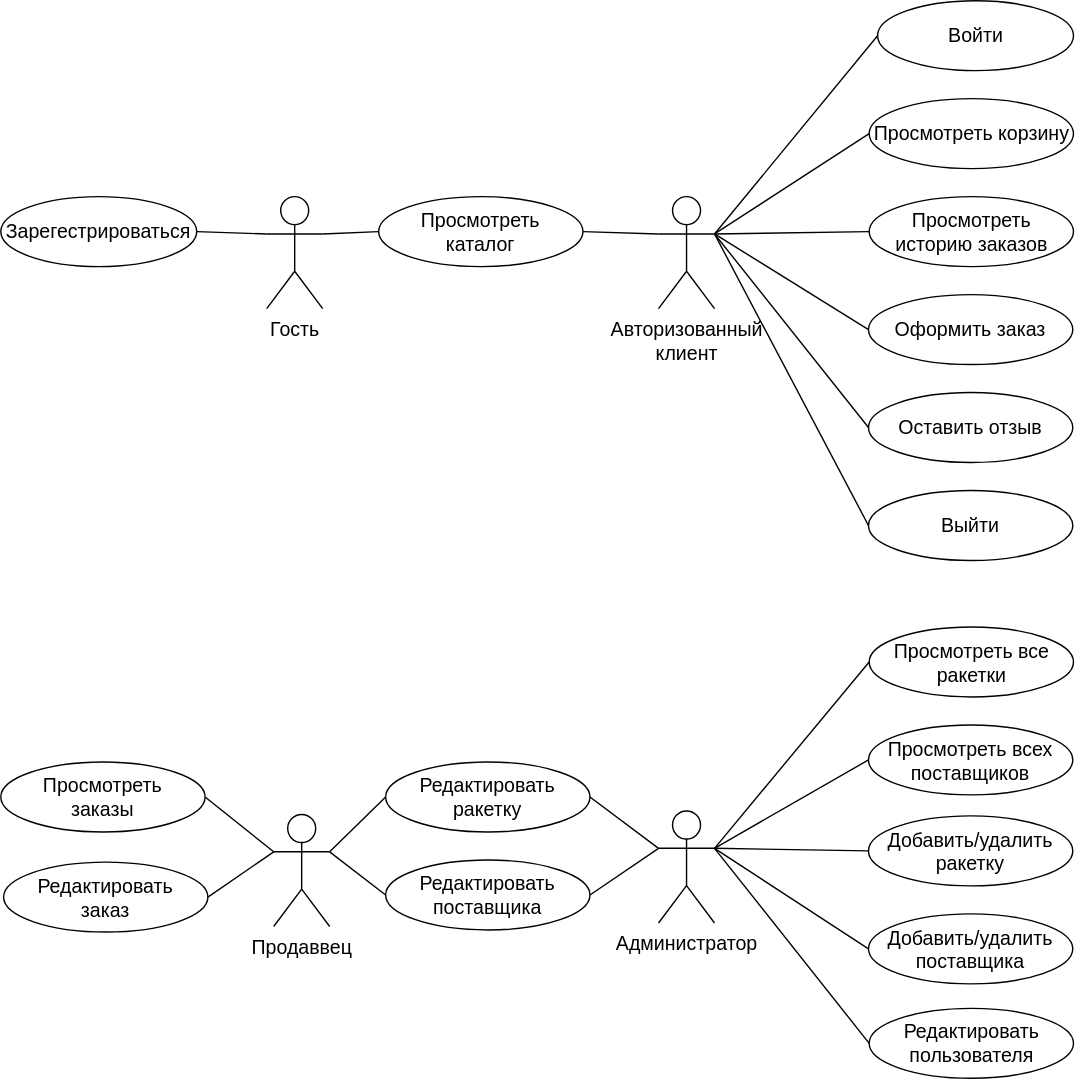
Earlier version of the draw.io export schemes/svg/use-case.svg (mshsvnv/SoftwareDesign). Source tidied: cells renumbered, new cells last; positions are measured from the earlier drawing's top-left corner, leaving out a move shared by most shapes.
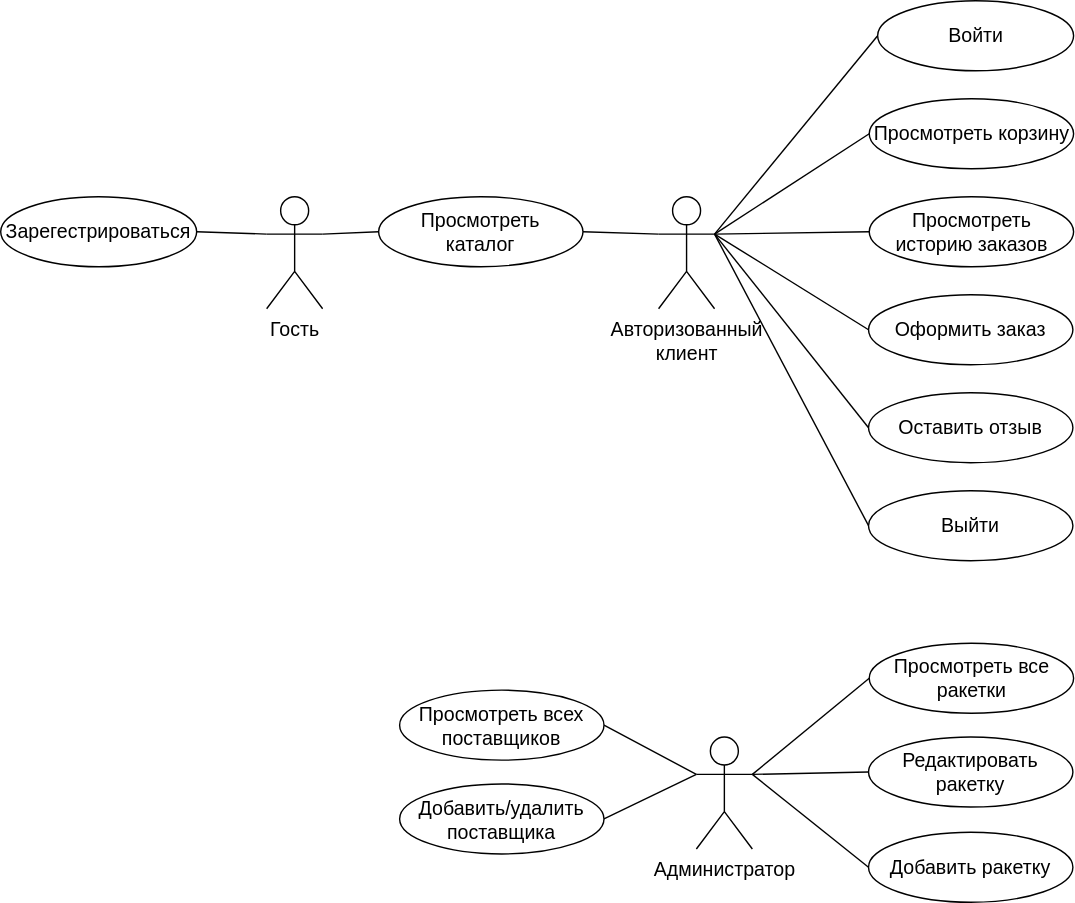
Later version of the same file.

The edit, as a diff of the source:
```diff
@@ -2,29 +2,26 @@
   <root>
     <mxCell id="0" />
     <mxCell id="1" parent="0" />
-    <mxCell id="2" style="rounded=0;jettySize=auto;html=1;exitX=1;exitY=0.3333333333333333;exitDx=0;exitDy=0;exitPerimeter=0;entryX=0;entryY=0.5;entryDx=0;entryDy=0;endArrow=none;endFill=0;" parent="1" edge="1" source="6" target="9">
-      <mxGeometry relative="1" as="geometry" />
-    </mxCell>
-    <mxCell id="3" style="edgeStyle=none;rounded=0;jettySize=auto;html=1;exitX=1;exitY=0.3333333333333333;exitDx=0;exitDy=0;exitPerimeter=0;entryX=0;entryY=0.5;entryDx=0;entryDy=0;strokeColor=default;align=center;verticalAlign=middle;fontFamily=Helvetica;fontSize=14;fontColor=default;labelBackgroundColor=default;endArrow=none;endFill=0;" parent="1" edge="1" source="6" target="36">
+    <mxCell id="3" style="edgeStyle=none;rounded=0;jettySize=auto;html=1;entryX=1;entryY=0.5;entryDx=0;entryDy=0;strokeColor=default;align=center;verticalAlign=middle;fontFamily=Helvetica;fontSize=14;fontColor=default;labelBackgroundColor=default;endArrow=none;endFill=0;exitX=0;exitY=0.3333333333333333;exitDx=0;exitDy=0;exitPerimeter=0;" parent="1" edge="1" source="6" target="36">
       <mxGeometry relative="1" as="geometry" />
     </mxCell>
     <mxCell id="4" style="edgeStyle=none;rounded=0;jettySize=auto;html=1;exitX=1;exitY=0.3333333333333333;exitDx=0;exitDy=0;exitPerimeter=0;entryX=0;entryY=0.5;entryDx=0;entryDy=0;strokeColor=default;align=center;verticalAlign=middle;fontFamily=Helvetica;fontSize=14;fontColor=default;labelBackgroundColor=default;endArrow=none;endFill=0;" parent="1" edge="1" source="6" target="35">
       <mxGeometry relative="1" as="geometry" />
     </mxCell>
-    <mxCell id="5" style="edgeStyle=none;rounded=0;jettySize=auto;html=1;exitX=1;exitY=0.3333333333333333;exitDx=0;exitDy=0;exitPerimeter=0;entryX=0;entryY=0.5;entryDx=0;entryDy=0;strokeColor=default;align=center;verticalAlign=middle;fontFamily=Helvetica;fontSize=14;fontColor=default;labelBackgroundColor=default;endArrow=none;endFill=0;" parent="1" edge="1" source="6" target="42">
-      <mxGeometry relative="1" as="geometry" />
-    </mxCell>
+    <mxCell id="2" style="rounded=0;jettySize=auto;html=1;exitX=0;exitY=0.3333333333333333;exitDx=0;exitDy=0;exitPerimeter=0;entryX=1;entryY=0.5;entryDx=0;entryDy=0;endArrow=none;endFill=0;" parent="1" edge="1" source="6" target="9">
+      <mxGeometry relative="1" as="geometry" />
+    </mxCell>
     <mxCell id="6" value="Администратор" style="shape=umlActor;verticalLabelPosition=bottom;verticalAlign=top;html=1;outlineConnect=0;fontSize=14;" parent="1" vertex="1">
-      <mxGeometry x="470" y="579" width="40" height="80" as="geometry" />
+      <mxGeometry x="497" y="526" width="40" height="80" as="geometry" />
     </mxCell>
     <mxCell id="7" style="edgeStyle=none;shape=connector;rounded=0;jettySize=auto;html=1;exitX=1;exitY=0.3333333333333333;exitDx=0;exitDy=0;exitPerimeter=0;entryX=0;entryY=0.5;entryDx=0;entryDy=0;labelBackgroundColor=default;strokeColor=default;align=center;verticalAlign=middle;fontFamily=Helvetica;fontSize=14;fontColor=default;endArrow=none;endFill=0;" parent="1" edge="1" source="6" target="8">
       <mxGeometry relative="1" as="geometry" />
     </mxCell>
-    <mxCell id="8" value="Добавить/удалить&lt;br style=&quot;border-color: var(--border-color);&quot;&gt;ракетку" style="ellipse;whiteSpace=wrap;html=1;flipV=0;flipH=0;fontSize=14;" parent="1" vertex="1">
-      <mxGeometry x="620" y="582.5" width="146" height="50" as="geometry" />
+    <mxCell id="8" value="Добавить ракетку" style="ellipse;whiteSpace=wrap;html=1;flipV=0;flipH=0;fontSize=14;" parent="1" vertex="1">
+      <mxGeometry x="620" y="594" width="146" height="50" as="geometry" />
     </mxCell>
     <mxCell id="9" value="Добавить/удалить&lt;br style=&quot;border-color: var(--border-color);&quot;&gt;поставщика" style="ellipse;whiteSpace=wrap;html=1;flipV=0;flipH=0;fontSize=14;" parent="1" vertex="1">
-      <mxGeometry x="620" y="652.5" width="146" height="50" as="geometry" />
+      <mxGeometry x="285" y="559.5" width="146" height="50" as="geometry" />
     </mxCell>
     <mxCell id="10" value="Гость" style="shape=umlActor;verticalLabelPosition=bottom;verticalAlign=top;html=1;outlineConnect=0;flipV=0;flipH=0;fontSize=14;" parent="1" vertex="1">
       <mxGeometry x="190" y="140" width="40" height="80" as="geometry" />
@@ -87,46 +84,16 @@
       <mxGeometry relative="1" as="geometry" />
     </mxCell>
     <mxCell id="30" value="Редактировать&lt;br style=&quot;font-size: 14px;&quot;&gt;ракетку" style="ellipse;whiteSpace=wrap;html=1;fontSize=14;" parent="1" vertex="1">
-      <mxGeometry x="275" y="544" width="146" height="50" as="geometry" />
+      <mxGeometry x="620" y="526" width="146" height="50" as="geometry" />
     </mxCell>
-    <mxCell id="31" value="Редактировать&lt;br style=&quot;font-size: 14px;&quot;&gt;поставщика" style="ellipse;whiteSpace=wrap;html=1;fontSize=14;" parent="1" vertex="1">
-      <mxGeometry x="275" y="614" width="146" height="50" as="geometry" />
-    </mxCell>
-    <mxCell id="32" style="edgeStyle=none;rounded=0;jettySize=auto;html=1;exitX=1;exitY=0.5;exitDx=0;exitDy=0;entryX=0;entryY=0.3333333333333333;entryDx=0;entryDy=0;entryPerimeter=0;strokeColor=default;align=center;verticalAlign=middle;fontFamily=Helvetica;fontSize=11;fontColor=default;labelBackgroundColor=default;endArrow=none;endFill=0;" parent="1" edge="1" source="30" target="6">
+    <mxCell id="32" style="edgeStyle=none;rounded=0;jettySize=auto;html=1;strokeColor=default;align=center;verticalAlign=middle;fontFamily=Helvetica;fontSize=11;fontColor=default;labelBackgroundColor=default;endArrow=none;endFill=0;exitX=0;exitY=0.5;exitDx=0;exitDy=0;entryX=1;entryY=0.3333333333333333;entryDx=0;entryDy=0;entryPerimeter=0;" parent="1" edge="1" source="30" target="6">
       <mxGeometry relative="1" as="geometry" />
     </mxCell>
-    <mxCell id="33" style="edgeStyle=none;rounded=0;jettySize=auto;html=1;exitX=1;exitY=0.5;exitDx=0;exitDy=0;entryX=0;entryY=0.3333333333333333;entryDx=0;entryDy=0;entryPerimeter=0;strokeColor=default;align=center;verticalAlign=middle;fontFamily=Helvetica;fontSize=11;fontColor=default;labelBackgroundColor=default;endArrow=none;endFill=0;" parent="1" edge="1" source="31" target="6">
-      <mxGeometry relative="1" as="geometry" />
-    </mxCell>
-    <mxCell id="34" value="Редактировать&lt;br style=&quot;font-size: 14px;&quot;&gt;заказ" style="ellipse;whiteSpace=wrap;html=1;fontSize=14;" parent="1" vertex="1">
-      <mxGeometry x="2" y="615.5" width="146" height="50" as="geometry" />
-    </mxCell>
     <mxCell id="35" value="Просмотреть все ракетки" style="ellipse;whiteSpace=wrap;html=1;flipV=0;flipH=0;fontSize=14;" parent="1" vertex="1">
-      <mxGeometry x="620.5" y="447.5" width="146" height="50" as="geometry" />
+      <mxGeometry x="620.5" y="459" width="146" height="50" as="geometry" />
     </mxCell>
     <mxCell id="36" value="Просмотреть всех поставщиков" style="ellipse;whiteSpace=wrap;html=1;flipV=0;flipH=0;fontSize=14;" parent="1" vertex="1">
-      <mxGeometry x="620" y="517.5" width="146" height="50" as="geometry" />
+      <mxGeometry x="285" y="492.5" width="146" height="50" as="geometry" />
     </mxCell>
-    <mxCell id="37" style="edgeStyle=none;rounded=0;jettySize=auto;html=1;exitX=0;exitY=0.3333333333333333;exitDx=0;exitDy=0;exitPerimeter=0;entryX=1;entryY=0.5;entryDx=0;entryDy=0;strokeColor=default;align=center;verticalAlign=middle;fontFamily=Helvetica;fontSize=14;fontColor=default;labelBackgroundColor=default;endArrow=none;endFill=0;" parent="1" edge="1" source="41" target="34">
-      <mxGeometry relative="1" as="geometry" />
-    </mxCell>
-    <mxCell id="38" style="edgeStyle=none;rounded=0;jettySize=auto;html=1;exitX=1;exitY=0.3333333333333333;exitDx=0;exitDy=0;exitPerimeter=0;entryX=0;entryY=0.5;entryDx=0;entryDy=0;strokeColor=default;align=center;verticalAlign=middle;fontFamily=Helvetica;fontSize=14;fontColor=default;labelBackgroundColor=default;endArrow=none;endFill=0;" parent="1" edge="1" source="41" target="30">
-      <mxGeometry relative="1" as="geometry" />
-    </mxCell>
-    <mxCell id="39" style="edgeStyle=none;rounded=0;jettySize=auto;html=1;exitX=1;exitY=0.3333333333333333;exitDx=0;exitDy=0;exitPerimeter=0;entryX=0;entryY=0.5;entryDx=0;entryDy=0;strokeColor=default;align=center;verticalAlign=middle;fontFamily=Helvetica;fontSize=14;fontColor=default;labelBackgroundColor=default;endArrow=none;endFill=0;" parent="1" edge="1" source="41" target="31">
-      <mxGeometry relative="1" as="geometry" />
-    </mxCell>
-    <mxCell id="40" style="edgeStyle=none;rounded=0;jettySize=auto;html=1;exitX=0;exitY=0.3333333333333333;exitDx=0;exitDy=0;exitPerimeter=0;entryX=1;entryY=0.5;entryDx=0;entryDy=0;strokeColor=default;align=center;verticalAlign=middle;fontFamily=Helvetica;fontSize=14;fontColor=default;labelBackgroundColor=default;endArrow=none;endFill=0;" parent="1" edge="1" source="41" target="43">
-      <mxGeometry relative="1" as="geometry" />
-    </mxCell>
-    <mxCell id="41" value="Продаввец" style="shape=umlActor;verticalLabelPosition=bottom;verticalAlign=top;html=1;outlineConnect=0;fontSize=14;" parent="1" vertex="1">
-      <mxGeometry x="195" y="581.5" width="40" height="80" as="geometry" />
-    </mxCell>
-    <mxCell id="42" value="Редактировать пользователя" style="ellipse;whiteSpace=wrap;html=1;flipV=0;flipH=0;fontSize=14;" parent="1" vertex="1">
-      <mxGeometry x="620.5" y="720" width="146" height="50" as="geometry" />
-    </mxCell>
-    <mxCell id="43" value="Просмотреть&lt;div&gt;заказы&lt;/div&gt;" style="ellipse;whiteSpace=wrap;html=1;fontSize=14;" parent="1" vertex="1">
-      <mxGeometry y="544" width="146" height="50" as="geometry" />
-    </mxCell>
   </root>
 </mxGraphModel>
```
